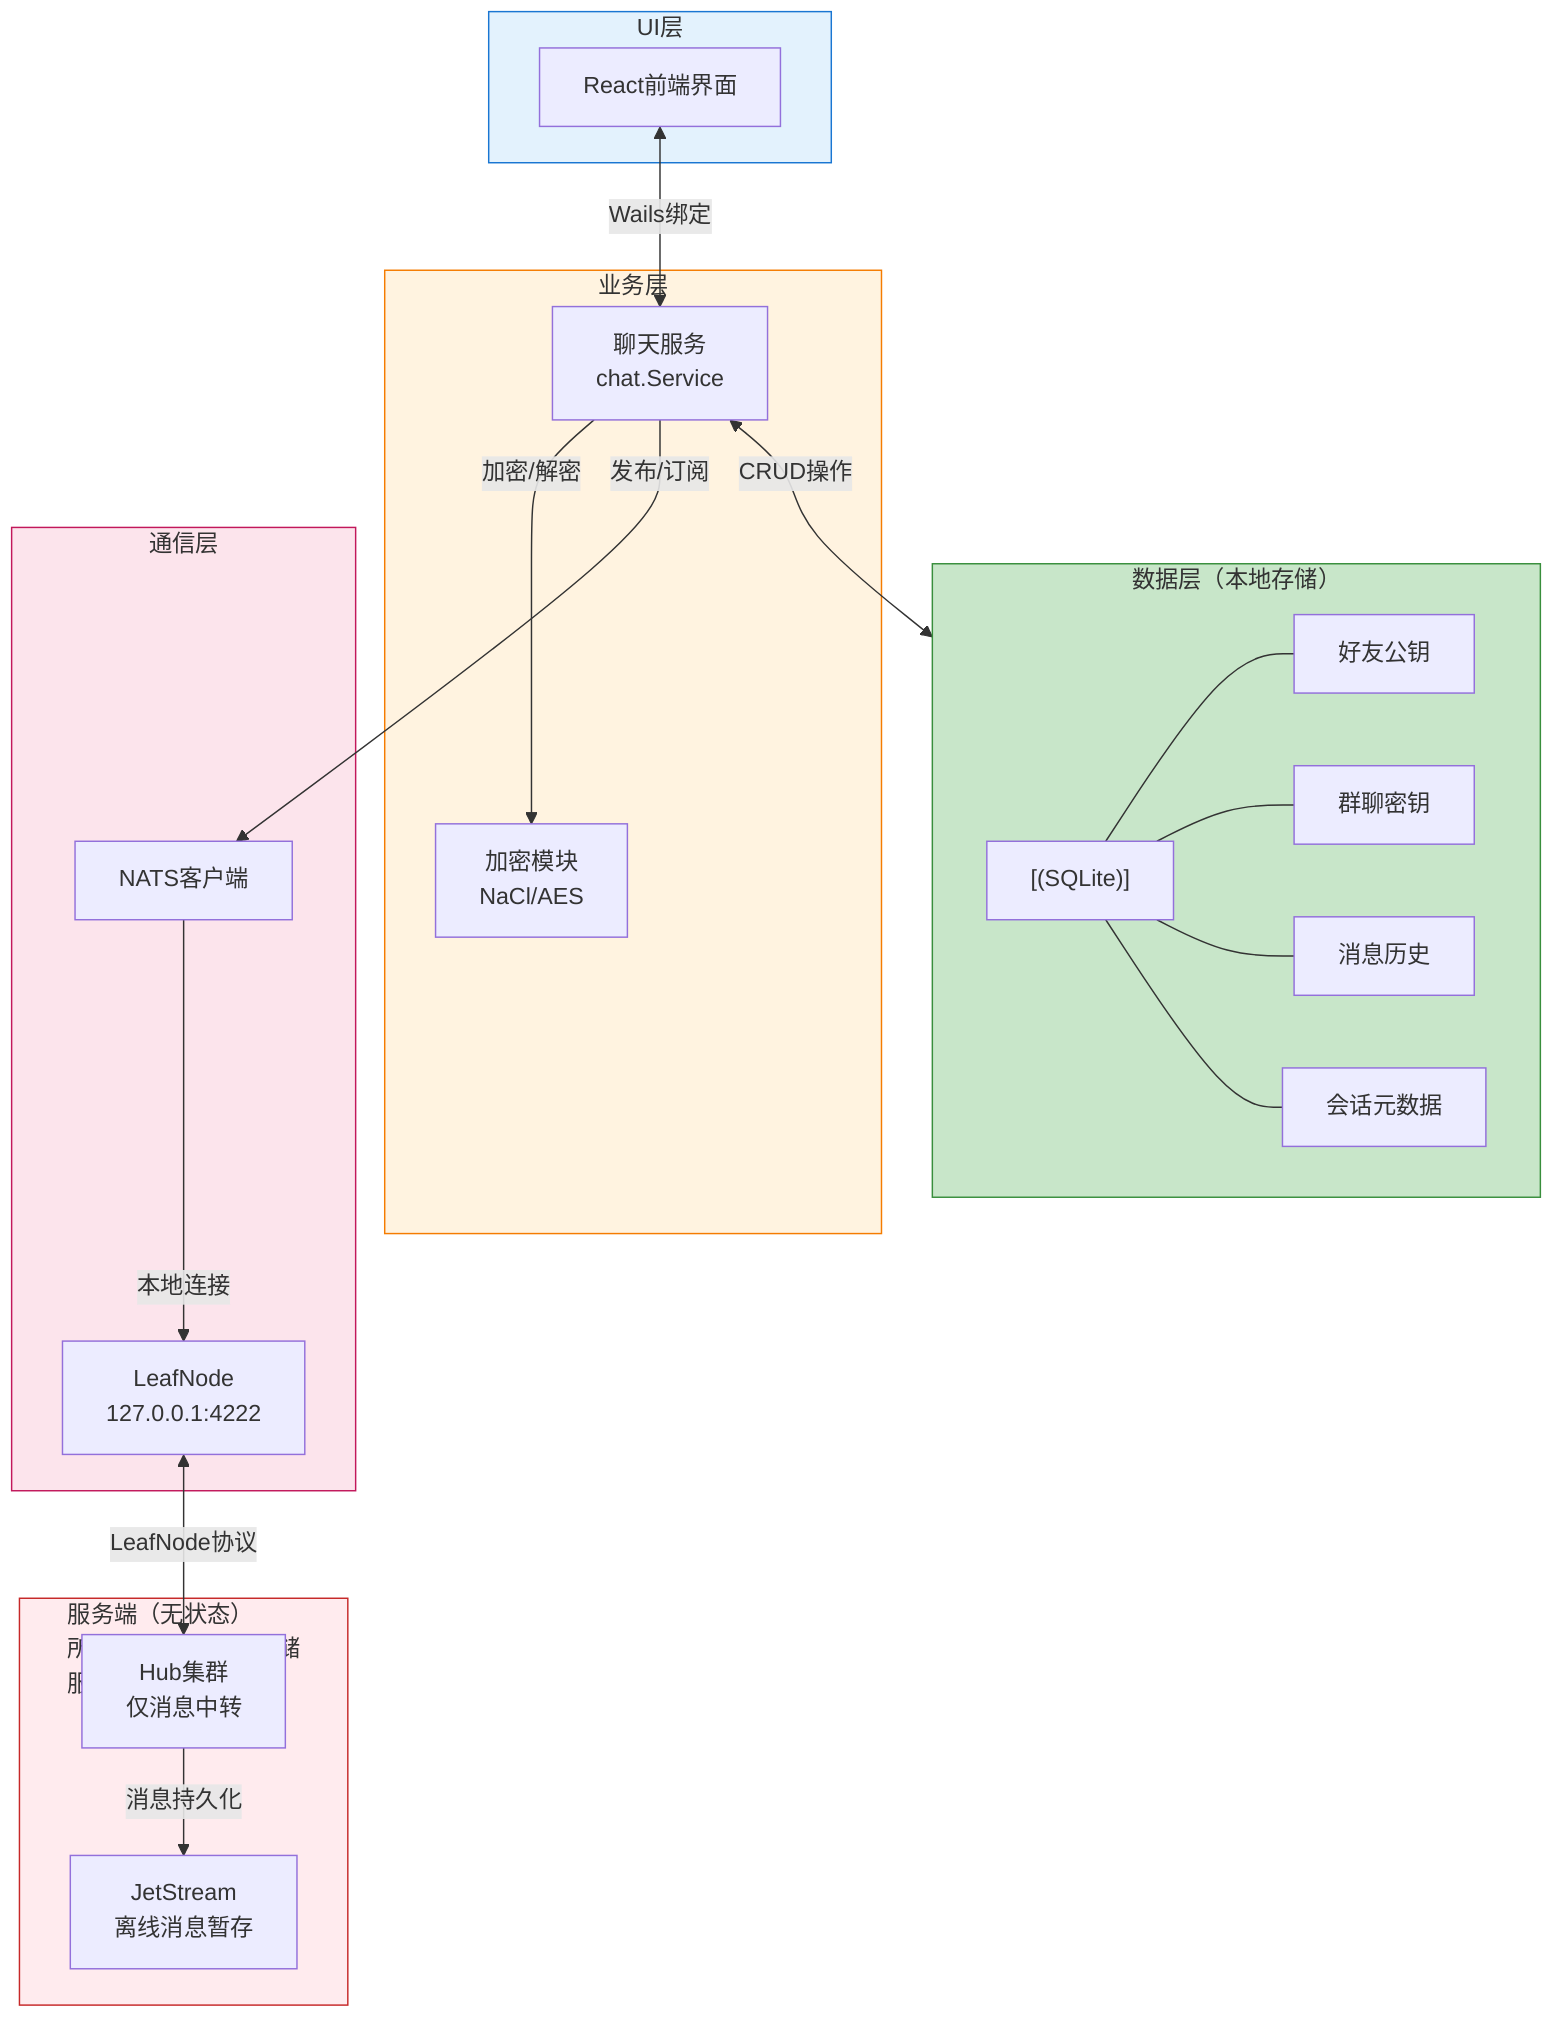
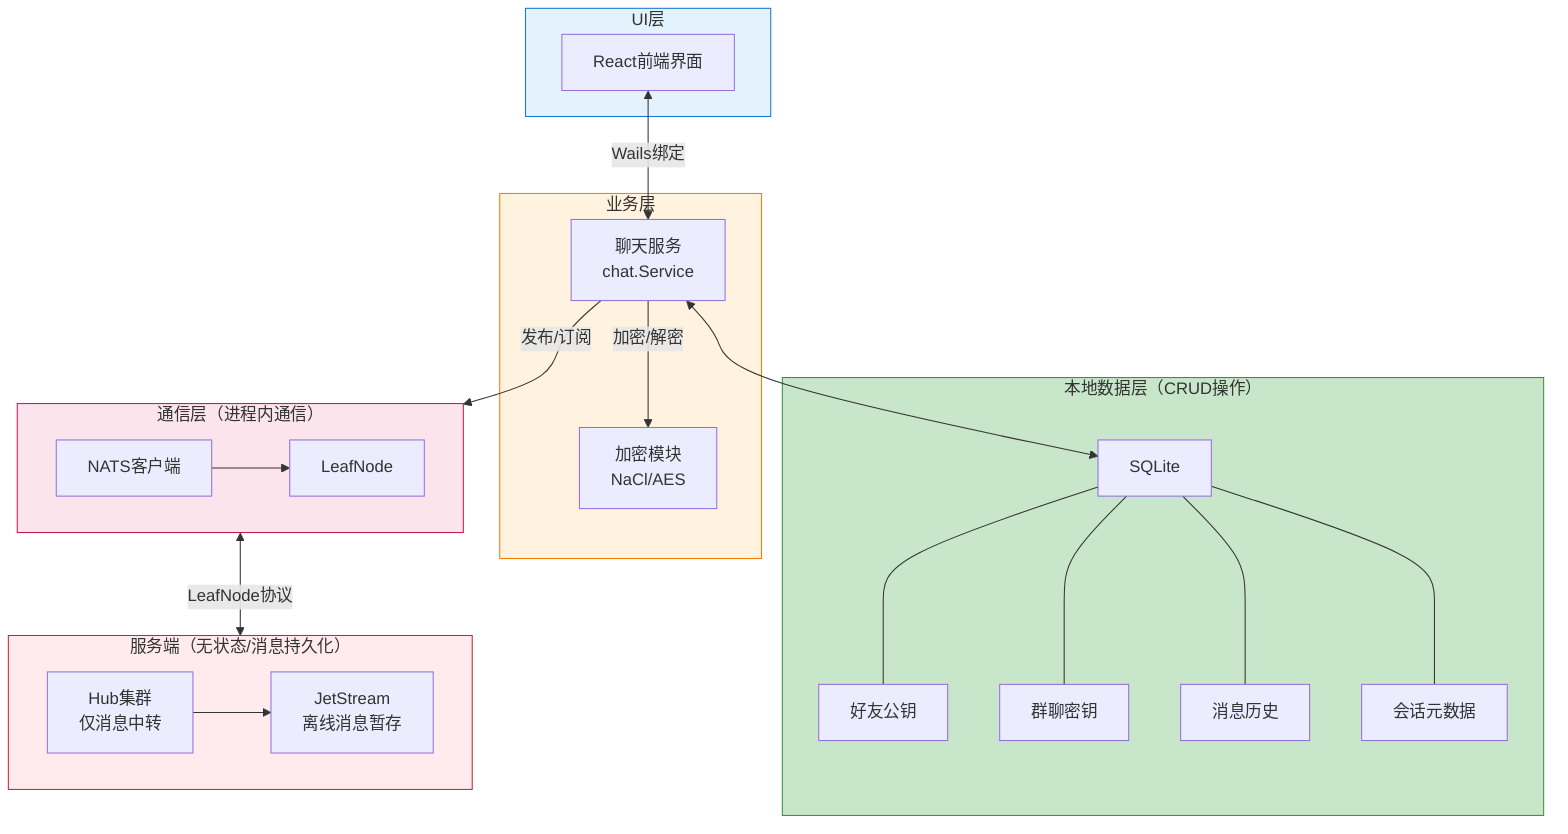
- %% 图6 系统总体架构图 - 纵向层级布局
+ %% 图6 系统总体架构图
graph TB
    subgraph UI层["UI层"]
        U1["React前端界面"]
    end

    subgraph 业务层["业务层"]
        B1["聊天服务<br/>chat.Service"]
        B2["加密模块<br/>NaCl/AES"]
    end

-     subgraph 通信层["通信层"]
-         C1["NATS客户端"]
-         C2["LeafNode<br/>127.0.0.1:4222"]
-     end
- 
-     subgraph 数据层["数据层（本地存储）"]
-         direction LR
-         D1["[(SQLite)]"]
+     subgraph 数据层["本地数据层（CRUD操作）"]
+         D1["SQLite"]
        D2["好友公钥"]
        D3["群聊密钥"]
        D4["消息历史"]
        D5["会话元数据"]
    end

-     subgraph 服务端["服务端（无状态）<br/>所有用户数据本地存储<br/>服务端零数据存储"]
+     subgraph 通信层["通信层（进程内通信）"]
+         direction LR
+         C1["NATS客户端"]
+         C2["LeafNode"]
+     end
+ 
+     subgraph 服务端["服务端（无状态/消息持久化）"]
+         direction LR
        S1["Hub集群<br/>仅消息中转"]
        S2["JetStream<br/>离线消息暂存"]
    end

-     %% 纵向连接
    U1 <-->|"Wails绑定"| B1
    B1 -->|"加密/解密"| B2
+     B1 <--> D1
    B1 -->|"发布/订阅"| C1
-     B1 <-->|"CRUD操作"| D1
-     C1 -->|"本地连接"| C2
+     C1 --> C2
    C2 <-->|"LeafNode协议"| S1
-     S1 -->|"消息持久化"| S2
+     S1 --> S2

-     %% 数据层内部连接
    D1 --- D2
    D1 --- D3
    D1 --- D4
    D1 --- D5

    style UI层 fill:#e3f2fd,stroke:#1976d2
    style 业务层 fill:#fff3e0,stroke:#f57c00
    style 通信层 fill:#fce4ec,stroke:#c2185b
    style 数据层 fill:#c8e6c9,stroke:#388e3c
    style 服务端 fill:#ffebee,stroke:#c62828
